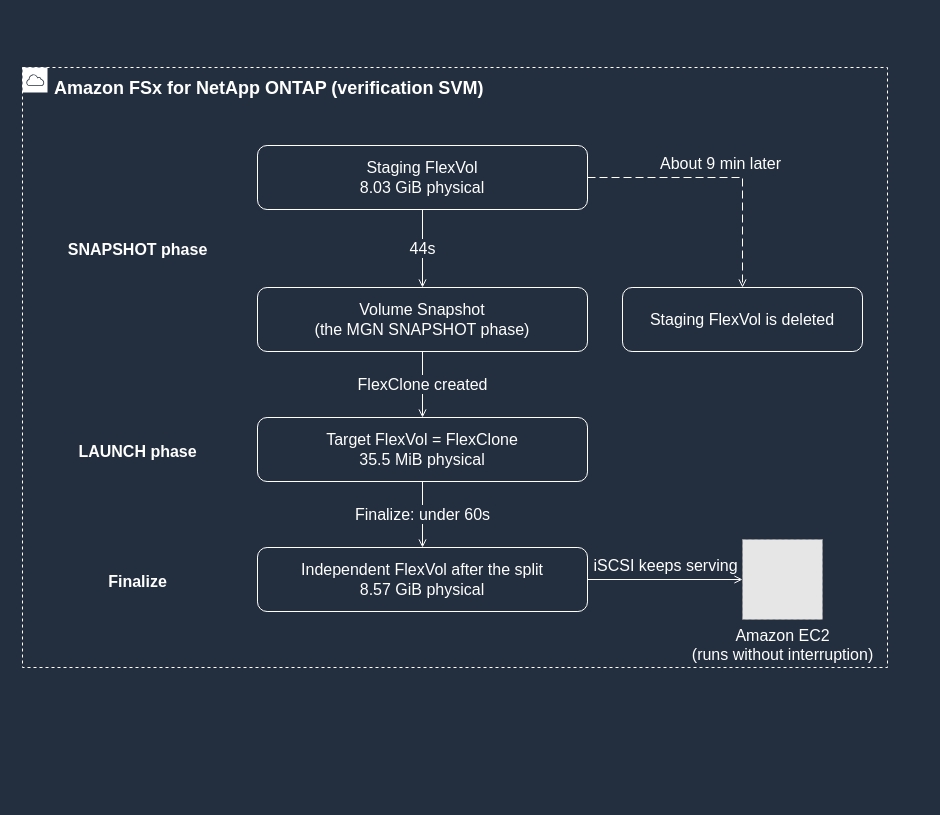
Earlier version of the draw.io diagram docs/_assets/diagrams/atx-fsxn-finalize-flexclone-en-dark.drawio (Yoshiki0705/vmware-migration-ec2-ontap). Source tidied: cells renumbered, new cells numbered last; positions are measured from the earlier drawing's top-left corner, leaving out a move shared by most shapes. Both pictures are drawn from the tidied source at 100%, with x=0, y=0 at pixel (22, 67). Pictures stored in the file or linked from it are replaced by grey dashed boxes.
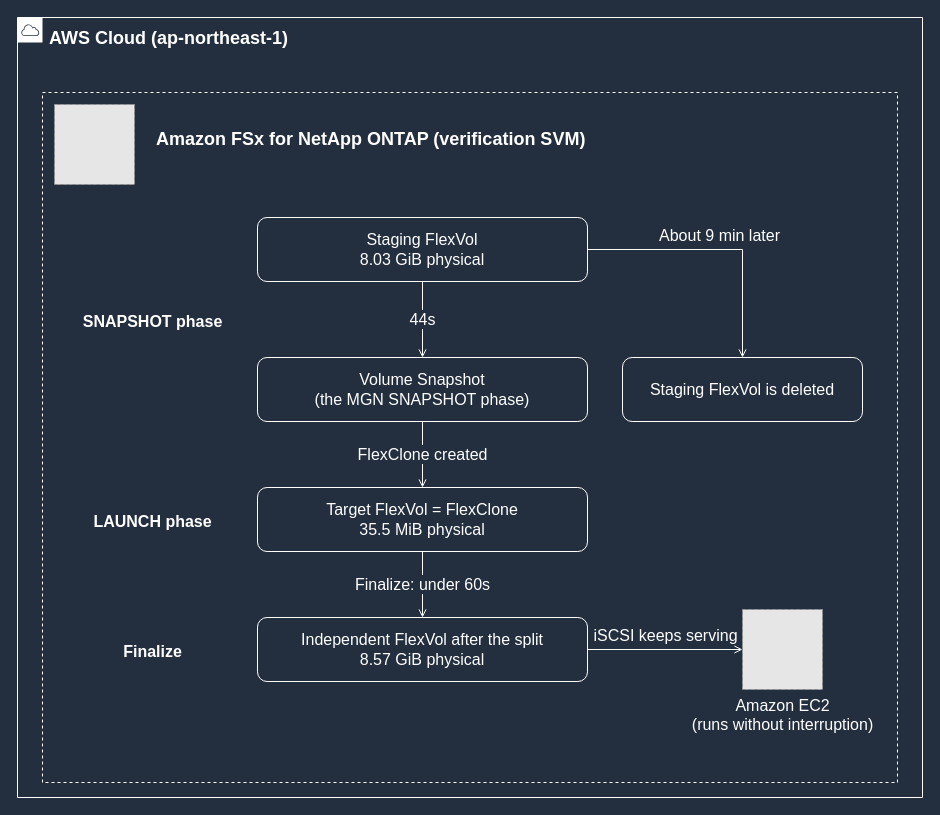
The same page after the edit.

What changed in the source:
```diff
@@
+    <mxCell id="17" value="AWS Cloud (ap-northeast-1)" style="gradientColor=none;html=1;whiteSpace=wrap;fontSize=18;fontStyle=1;fontColor=#FFFFFF;shape=mxgraph.aws4.group;grIcon=mxgraph.aws4.group_aws_cloud;strokeColor=#FFFFFF;fillColor=none;verticalAlign=top;align=left;spacingLeft=30;spacingTop=4;dashed=0;" parent="1" vertex="1">
+      <mxGeometry x="-5" y="-50" width="905" height="780" as="geometry" />
+    </mxCell>
-    <mxCell id="2" value="Amazon FSx for NetApp ONTAP (verification SVM)" style="gradientColor=none;html=1;whiteSpace=wrap;fontSize=18;fontStyle=1;fontColor=#FFFFFF;shape=mxgraph.aws4.group;grIcon=mxgraph.aws4.group_aws_cloud;strokeColor=#FFFFFF;fillColor=none;verticalAlign=top;align=left;spacingLeft=30;spacingTop=4;dashed=1;" parent="1" vertex="1">
-      <mxGeometry width="865" height="600" as="geometry" />
+    <mxCell id="2" value="Amazon FSx for NetApp ONTAP (verification SVM)" style="gradientColor=none;html=1;whiteSpace=wrap;fontSize=18;fontStyle=1;fontColor=#FFFFFF;shape=mxgraph.aws4.group;strokeColor=#FFFFFF;fillColor=none;verticalAlign=top;align=left;spacingLeft=112;spacingTop=30;dashed=1;" parent="1" vertex="1">
+      <mxGeometry x="20" y="25" width="855" height="690" as="geometry" />
     </mxCell>
     <mxCell id="3" value="Staging FlexVol&#10;8.03 GiB physical" style="rounded=1;whiteSpace=wrap;html=1;strokeColor=#FFFFFF;fillColor=none;fontColor=#FFFFFF;fontSize=16;verticalAlign=middle;align=center;" parent="1" vertex="1">
-      <mxGeometry x="235" y="78" width="330" height="64" as="geometry" />
+      <mxGeometry x="235" y="150" width="330" height="64" as="geometry" />
     </mxCell>
     <mxCell id="4" value="Volume Snapshot&#10;(the MGN SNAPSHOT phase)" style="rounded=1;whiteSpace=wrap;html=1;strokeColor=#FFFFFF;fillColor=none;fontColor=#FFFFFF;fontSize=16;verticalAlign=middle;align=center;" parent="1" vertex="1">
-      <mxGeometry x="235" y="220" width="330" height="64" as="geometry" />
+      <mxGeometry x="235" y="290" width="330" height="64" as="geometry" />
     </mxCell>
     <mxCell id="5" value="Target FlexVol = FlexClone&#10;35.5 MiB physical" style="rounded=1;whiteSpace=wrap;html=1;strokeColor=#FFFFFF;fillColor=none;fontColor=#FFFFFF;fontSize=16;verticalAlign=middle;align=center;" parent="1" vertex="1">
-      <mxGeometry x="235" y="350" width="330" height="64" as="geometry" />
+      <mxGeometry x="235" y="420" width="330" height="64" as="geometry" />
     </mxCell>
     <mxCell id="6" value="Independent FlexVol after the split&#10;8.57 GiB physical" style="rounded=1;whiteSpace=wrap;html=1;strokeColor=#FFFFFF;fillColor=none;fontColor=#FFFFFF;fontSize=16;verticalAlign=middle;align=center;" parent="1" vertex="1">
-      <mxGeometry x="235" y="480" width="330" height="64" as="geometry" />
+      <mxGeometry x="235" y="550" width="330" height="64" as="geometry" />
     </mxCell>
     <mxCell id="7" value="Staging FlexVol is deleted" style="rounded=1;whiteSpace=wrap;html=1;strokeColor=#FFFFFF;fillColor=none;fontColor=#FFFFFF;fontSize=16;verticalAlign=middle;align=center;" parent="1" vertex="1">
-      <mxGeometry x="600" y="220" width="240" height="64" as="geometry" />
+      <mxGeometry x="600" y="290" width="240" height="64" as="geometry" />
     </mxCell>
     <mxCell id="8" value="SNAPSHOT phase" style="text;html=1;strokeColor=none;fillColor=none;align=center;verticalAlign=middle;fontSize=16;fontStyle=1;fontColor=#FFFFFF;" parent="1" vertex="1">
-      <mxGeometry x="15" y="158" width="200" height="48" as="geometry" />
+      <mxGeometry x="45" y="230" width="170" height="48" as="geometry" />
     </mxCell>
     <mxCell id="9" value="LAUNCH phase" style="text;html=1;strokeColor=none;fillColor=none;align=center;verticalAlign=middle;fontSize=16;fontStyle=1;fontColor=#FFFFFF;" parent="1" vertex="1">
-      <mxGeometry x="15" y="360" width="200" height="48" as="geometry" />
+      <mxGeometry x="45" y="430" width="170" height="48" as="geometry" />
     </mxCell>
     <mxCell id="10" value="Finalize" style="text;html=1;strokeColor=none;fillColor=none;align=center;verticalAlign=middle;fontSize=16;fontStyle=1;fontColor=#FFFFFF;" parent="1" vertex="1">
-      <mxGeometry x="15" y="490" width="200" height="48" as="geometry" />
+      <mxGeometry x="45" y="560" width="170" height="48" as="geometry" />
     </mxCell>
+    <mxCell id="18" style="fillColor=#E6E6E6;strokeColor=#999999;dashed=1;html=1;verticalLabelPosition=bottom;verticalAlign=top;labelPosition=center;align=center;fontSize=16;fontColor=#FFFFFF;" parent="1" vertex="1">
+      <mxGeometry x="32" y="37" width="80" height="80" as="geometry" />
+    </mxCell>
     <mxCell id="11" value="Amazon EC2&#10;(runs without interruption)" style="fillColor=#E6E6E6;strokeColor=#999999;dashed=1;html=1;verticalLabelPosition=bottom;verticalAlign=top;labelPosition=center;align=center;fontSize=16;fontColor=#FFFFFF;" parent="1" vertex="1">
-      <mxGeometry x="720" y="472" width="80" height="80" as="geometry" />
+      <mxGeometry x="720" y="542" width="80" height="80" as="geometry" />
     </mxCell>
@@
-    <mxCell id="15" value="About 9 min later" style="edgeStyle=orthogonalEdgeStyle;rounded=0;html=1;endArrow=open;endFill=0;strokeColor=#FFFFFF;strokeWidth=1;fontSize=16;fontColor=#FFFFFF;labelBackgroundColor=#232F3E;exitX=1;exitY=0.5;exitDx=0;exitDy=0;entryX=0.5;entryY=0;entryDx=0;entryDy=0;dashed=1;dashPattern=8 4;" parent="1" edge="1" source="3" target="7">
+    <mxCell id="15" value="About 9 min later" style="edgeStyle=orthogonalEdgeStyle;rounded=0;html=1;endArrow=open;endFill=0;strokeColor=#FFFFFF;strokeWidth=1;fontSize=16;fontColor=#FFFFFF;labelBackgroundColor=#232F3E;exitX=1;exitY=0.5;exitDx=0;exitDy=0;entryX=0.5;entryY=0;entryDx=0;entryDy=0;" parent="1" edge="1" source="3" target="7">
       <mxGeometry relative="1" as="geometry">
         <mxPoint y="-14" as="offset" />
       </mxGeometry>
     </mxCell>
```
